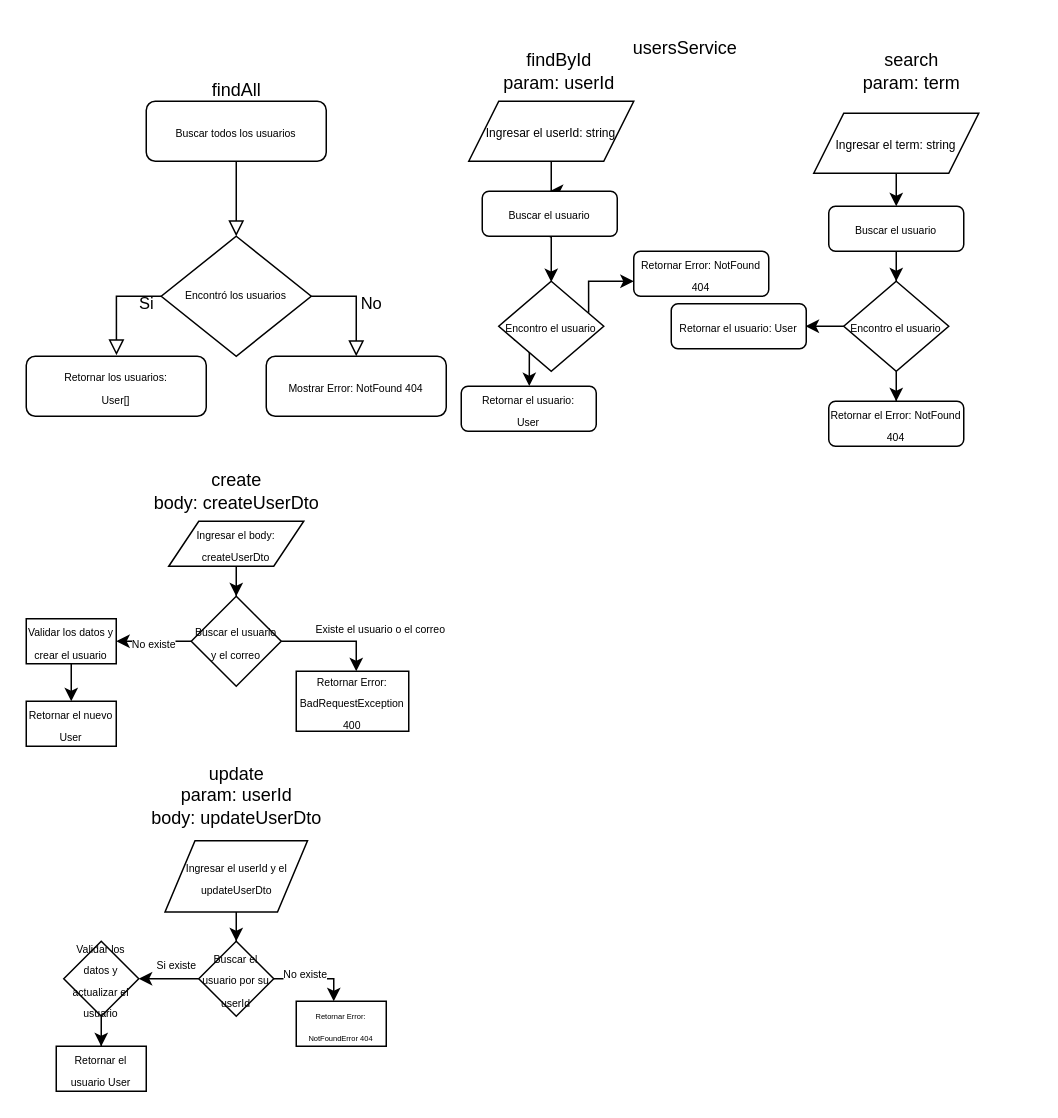
Above: usersService.drawio in ialmontedr0/pacv2-backend (draw.io), before the change. Source tidied: cells renumbered, new cells numbered last; positions are measured from the earlier drawing's top-left corner, leaving out a move shared by most shapes. Both pictures are drawn from the tidied source at 150%, with x=0, y=0 at pixel (26, 26).
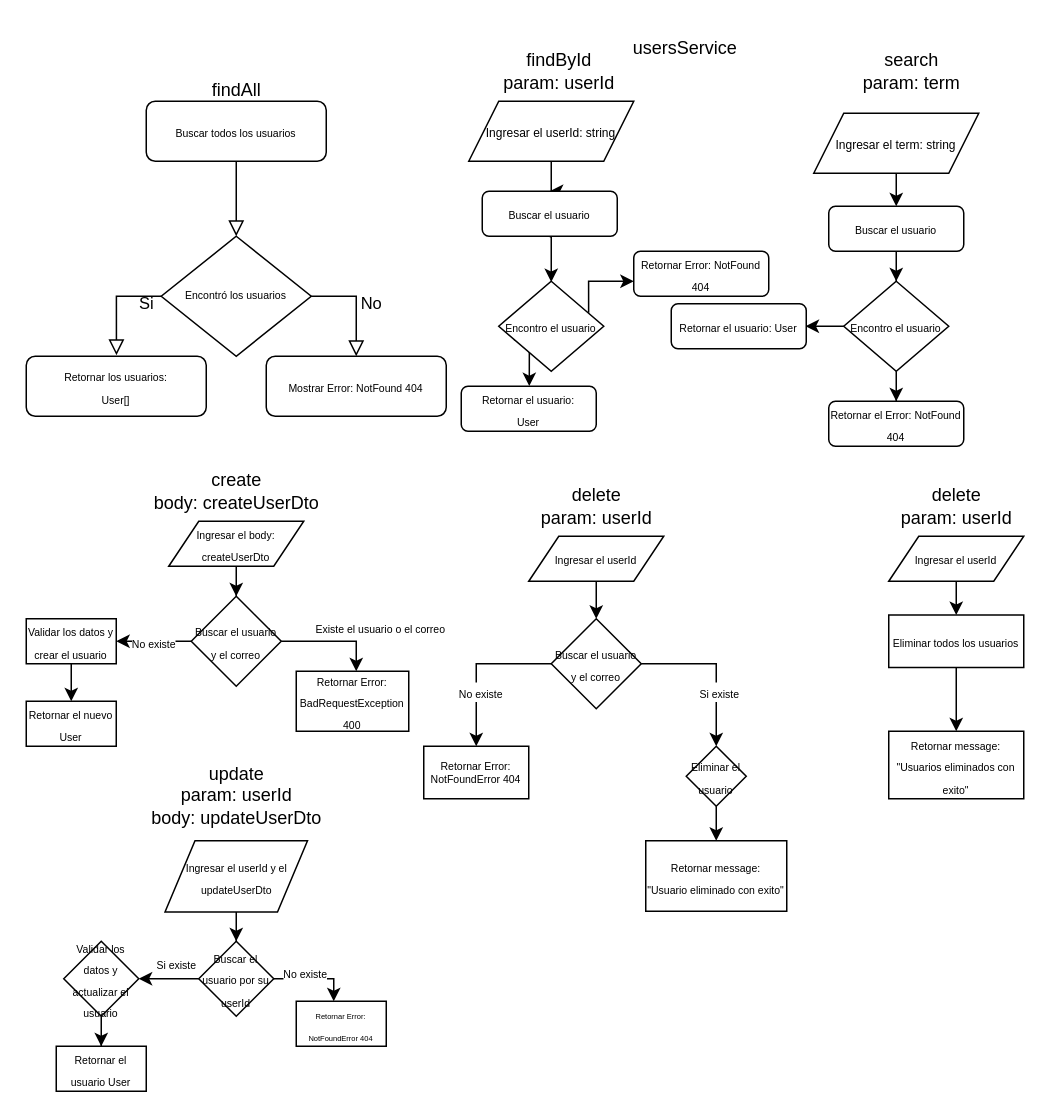
The same diagram, later.

Diff of the diagram source:
```diff
@@
+    <mxCell id="55" value="&lt;div&gt;delete&lt;/div&gt;&lt;div&gt;param: userId&lt;br&gt;&lt;/div&gt;" style="text;html=1;align=center;verticalAlign=middle;strokeColor=none;fillColor=none;" parent="1" vertex="1">
+      <mxGeometry x="330" y="300" width="100" height="40" as="geometry" />
+    </mxCell>
+    <mxCell id="56" style="edgeStyle=orthogonalEdgeStyle;rounded=0;jettySize=auto;html=1;entryX=0.5;entryY=0;entryDx=0;entryDy=0;" parent="1" edge="1" source="57" target="62">
+      <mxGeometry relative="1" as="geometry" />
+    </mxCell>
+    <mxCell id="57" value="&lt;font style=&quot;font-size: 7px;&quot;&gt;Ingresar el userId&lt;br&gt;&lt;/font&gt;" style="shape=parallelogram;perimeter=parallelogramPerimeter;whiteSpace=wrap;html=1;fixedSize=1;" parent="1" vertex="1">
+      <mxGeometry x="335" y="340" width="90" height="30" as="geometry" />
+    </mxCell>
+    <mxCell id="58" style="edgeStyle=orthogonalEdgeStyle;rounded=0;jettySize=auto;html=1;" parent="1" edge="1" source="62" target="63">
+      <mxGeometry relative="1" as="geometry" />
+    </mxCell>
+    <mxCell id="59" value="&lt;font style=&quot;font-size: 7px;&quot;&gt;No existe&lt;br&gt;&lt;/font&gt;" style="edgeLabel;html=1;align=center;verticalAlign=middle;" parent="58" vertex="1">
+      <mxGeometry x="0.3" y="2" relative="1" as="geometry" />
+    </mxCell>
+    <mxCell id="60" style="edgeStyle=orthogonalEdgeStyle;rounded=0;jettySize=auto;html=1;" parent="1" edge="1" source="62" target="65">
+      <mxGeometry relative="1" as="geometry" />
+    </mxCell>
+    <mxCell id="61" value="&lt;font style=&quot;font-size: 7px;&quot;&gt;Si existe&lt;br&gt;&lt;/font&gt;" style="edgeLabel;html=1;align=center;verticalAlign=middle;" parent="60" vertex="1">
+      <mxGeometry x="0.29" y="1" relative="1" as="geometry" />
+    </mxCell>
+    <mxCell id="62" value="&lt;font style=&quot;font-size: 7px;&quot;&gt;Buscar el usuario y el correo&lt;br&gt;&lt;/font&gt;" style="rhombus;whiteSpace=wrap;html=1;" parent="1" vertex="1">
+      <mxGeometry x="350" y="395" width="60" height="60" as="geometry" />
+    </mxCell>
+    <mxCell id="63" value="&lt;div style=&quot;font-size: 7px;&quot;&gt;&lt;font style=&quot;font-size: 7px;&quot;&gt;Retornar Error: NotFoundError 404&lt;/font&gt;&lt;/div&gt;" style="rounded=0;whiteSpace=wrap;html=1;" parent="1" vertex="1">
+      <mxGeometry x="265" y="480" width="70" height="35" as="geometry" />
+    </mxCell>
+    <mxCell id="64" style="edgeStyle=orthogonalEdgeStyle;rounded=0;jettySize=auto;html=1;" parent="1" edge="1" source="65" target="66">
+      <mxGeometry relative="1" as="geometry" />
+    </mxCell>
+    <mxCell id="65" value="&lt;font style=&quot;font-size: 7px;&quot;&gt;Eliminar el usuario&lt;br&gt;&lt;/font&gt;" style="rhombus;whiteSpace=wrap;html=1;" parent="1" vertex="1">
+      <mxGeometry x="440" y="480" width="40" height="40" as="geometry" />
+    </mxCell>
+    <mxCell id="66" value="&lt;font style=&quot;font-size: 7px;&quot;&gt;Retornar message: &lt;br&gt;&quot;Usuario eliminado con exito&quot;&lt;br&gt;&lt;/font&gt;" style="rounded=0;whiteSpace=wrap;html=1;" parent="1" vertex="1">
+      <mxGeometry x="413" y="543" width="94" height="47" as="geometry" />
+    </mxCell>
+    <mxCell id="67" value="&lt;div&gt;delete&lt;/div&gt;&lt;div&gt;param: userId&lt;br&gt;&lt;/div&gt;" style="text;html=1;align=center;verticalAlign=middle;strokeColor=none;fillColor=none;" parent="1" vertex="1">
+      <mxGeometry x="570" y="300" width="100" height="40" as="geometry" />
+    </mxCell>
+    <mxCell id="68" style="edgeStyle=orthogonalEdgeStyle;rounded=0;jettySize=auto;html=1;" parent="1" edge="1" source="69" target="71">
+      <mxGeometry relative="1" as="geometry" />
+    </mxCell>
+    <mxCell id="69" value="&lt;font style=&quot;font-size: 7px;&quot;&gt;Ingresar el userId&lt;br&gt;&lt;/font&gt;" style="shape=parallelogram;perimeter=parallelogramPerimeter;whiteSpace=wrap;html=1;fixedSize=1;" parent="1" vertex="1">
+      <mxGeometry x="575" y="340" width="90" height="30" as="geometry" />
+    </mxCell>
+    <mxCell id="70" style="edgeStyle=orthogonalEdgeStyle;rounded=0;jettySize=auto;html=1;" parent="1" edge="1" source="71" target="72">
+      <mxGeometry relative="1" as="geometry" />
+    </mxCell>
+    <mxCell id="71" value="&lt;font style=&quot;font-size: 7px;&quot;&gt;Eliminar todos los usuarios&lt;br&gt;&lt;/font&gt;" style="rounded=0;whiteSpace=wrap;html=1;" parent="1" vertex="1">
+      <mxGeometry x="575" y="392.5" width="90" height="35" as="geometry" />
+    </mxCell>
+    <mxCell id="72" value="&lt;font style=&quot;font-size: 7px;&quot;&gt;Retornar message: &quot;Usuarios eliminados con exito&quot;&lt;br&gt;&lt;/font&gt;" style="rounded=0;whiteSpace=wrap;html=1;" parent="1" vertex="1">
+      <mxGeometry x="575" y="470" width="90" height="45" as="geometry" />
+    </mxCell>
```
